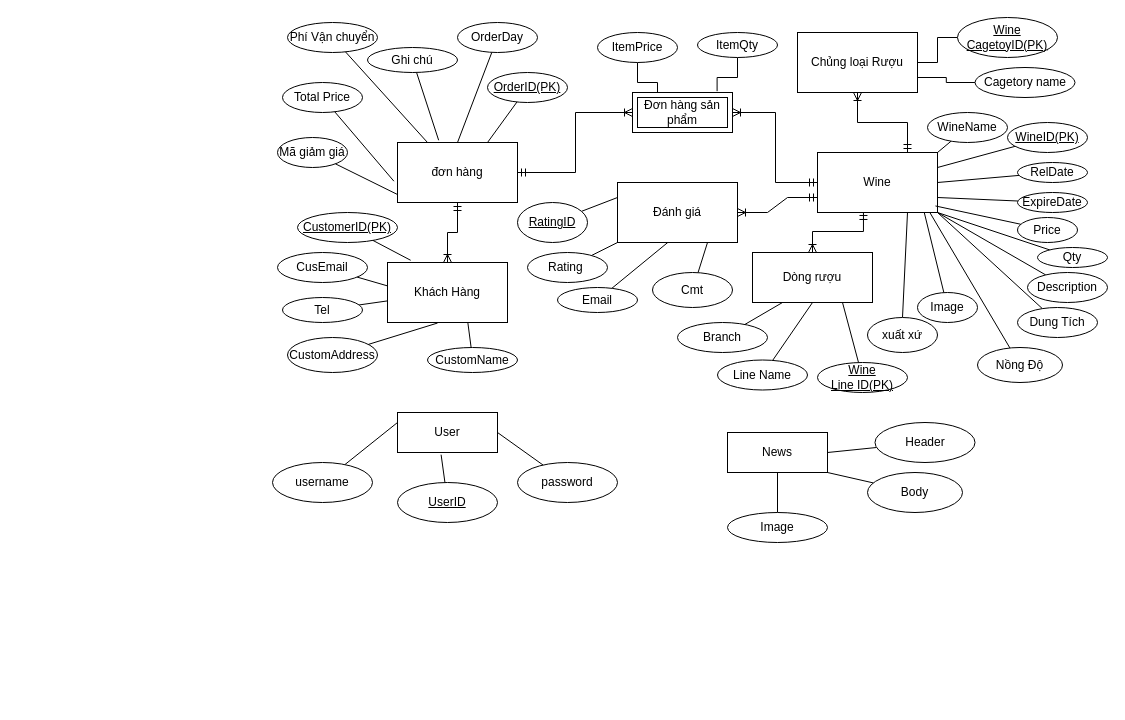
This is Untitled Diagram.drawio from NCanhhieu/T2207E-Diagram, a draw.io file, before an edit. Source tidied: cells renumbered, new cells numbered last; positions are measured from the earlier drawing's top-left corner, leaving out a move shared by most shapes. Both pictures are drawn from the tidied source at 100%, with x=0, y=0 at pixel (272, 17).
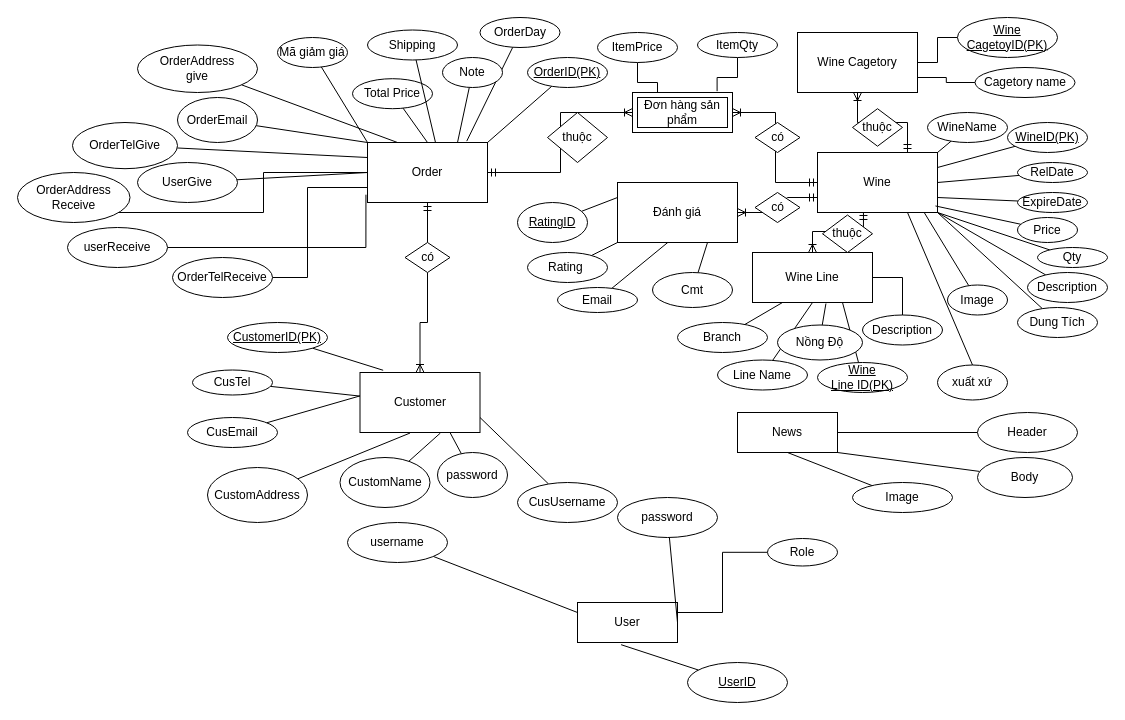
Above is the later version.

The change refers to these unchanged cells:
```xml
<mxCell id="11" value="Wine" style="rounded=0;whiteSpace=wrap;html=1;" parent="1" vertex="1">
  <mxGeometry x="545" y="135" width="120" height="60" as="geometry" />
</mxCell>
```

The edit, as a diff of the source:
```diff
@@
-    <mxCell id="6" style="edgeStyle=orthogonalEdgeStyle;fontSize=12;html=1;endArrow=ERoneToMany;startArrow=ERmandOne;rounded=0;entryX=0.5;entryY=0;entryDx=0;entryDy=0;exitX=0.5;exitY=1;exitDx=0;exitDy=0;" parent="1" edge="1" source="7" target="8">
+    <mxCell id="6" style="edgeStyle=orthogonalEdgeStyle;fontSize=12;html=1;endArrow=ERoneToMany;startArrow=none;rounded=0;entryX=0.5;entryY=0;entryDx=0;entryDy=0;exitX=0.5;exitY=1;exitDx=0;exitDy=0;startFill=0;" parent="1" edge="1" source="127" target="8">
       <mxGeometry relative="1" as="geometry" />
     </mxCell>
-    <mxCell id="7" value="đơn hàng" style="rounded=0;whiteSpace=wrap;html=1;" parent="1" vertex="1">
-      <mxGeometry x="125" y="125" width="120" height="60" as="geometry" />
+    <mxCell id="7" value="Order" style="rounded=0;whiteSpace=wrap;html=1;" parent="1" vertex="1">
+      <mxGeometry x="95" y="125" width="120" height="60" as="geometry" />
     </mxCell>
-    <mxCell id="8" value="Khách Hàng" style="rounded=0;whiteSpace=wrap;html=1;" parent="1" vertex="1">
-      <mxGeometry x="115" y="245" width="120" height="60" as="geometry" />
+    <mxCell id="8" value="Customer" style="rounded=0;whiteSpace=wrap;html=1;" parent="1" vertex="1">
+      <mxGeometry x="87.5" y="355" width="120" height="60" as="geometry" />
     </mxCell>
-    <mxCell id="9" value="Dòng rượu" style="rounded=0;whiteSpace=wrap;html=1;" parent="1" vertex="1">
+    <mxCell id="9" value="Wine Line" style="rounded=0;whiteSpace=wrap;html=1;" parent="1" vertex="1">
       <mxGeometry x="480" y="235" width="120" height="50" as="geometry" />
     </mxCell>
-    <mxCell id="10" value="Chủng loại Rượu" style="rounded=0;whiteSpace=wrap;html=1;" parent="1" vertex="1">
+    <mxCell id="10" value="Wine Cagetory" style="rounded=0;whiteSpace=wrap;html=1;" parent="1" vertex="1">
       <mxGeometry x="525" y="15" width="120" height="60" as="geometry" />
     </mxCell>
@@
     <mxCell id="35" value="CustomAddress" style="ellipse;whiteSpace=wrap;html=1;align=center;" parent="1" vertex="1">
-      <mxGeometry x="15" y="320" width="90" height="35" as="geometry" />
+      <mxGeometry x="-65" y="450" width="100" height="55" as="geometry" />
     </mxCell>
@@
-    <mxCell id="38" style="rounded=0;jettySize=auto;html=1;entryX=-0.03;entryY=0.645;entryDx=0;entryDy=0;entryPerimeter=0;endArrow=none;endFill=0;" parent="1" edge="1" source="39" target="7">
+    <mxCell id="38" style="rounded=0;jettySize=auto;html=1;entryX=0.5;entryY=0;entryDx=0;entryDy=0;endArrow=none;endFill=0;" parent="1" edge="1" source="39" target="7">
       <mxGeometry relative="1" as="geometry" />
     </mxCell>
     <mxCell id="39" value="Total Price" style="ellipse;whiteSpace=wrap;html=1;align=center;" parent="1" vertex="1">
-      <mxGeometry x="10" y="65" width="80" height="30" as="geometry" />
+      <mxGeometry x="80" y="61.2" width="80" height="30" as="geometry" />
     </mxCell>
-    <mxCell id="40" style="rounded=0;jettySize=auto;html=1;entryX=0.5;entryY=0;entryDx=0;entryDy=0;endArrow=none;endFill=0;" parent="1" edge="1" source="41" target="7">
+    <mxCell id="40" style="rounded=0;jettySize=auto;html=1;entryX=0.827;entryY=-0.023;entryDx=0;entryDy=0;endArrow=none;endFill=0;entryPerimeter=0;" parent="1" edge="1" source="41" target="7">
       <mxGeometry relative="1" as="geometry" />
     </mxCell>
     <mxCell id="41" value="OrderDay" style="ellipse;whiteSpace=wrap;html=1;align=center;" parent="1" vertex="1">
-      <mxGeometry x="185" y="5" width="80" height="30" as="geometry" />
+      <mxGeometry x="207.5" width="80" height="30" as="geometry" />
     </mxCell>
@@
-    <mxCell id="44" style="rounded=0;jettySize=auto;html=1;entryX=0.75;entryY=0;entryDx=0;entryDy=0;endArrow=none;endFill=0;" parent="1" edge="1" source="45" target="7">
+    <mxCell id="44" style="rounded=0;jettySize=auto;html=1;entryX=1;entryY=0;entryDx=0;entryDy=0;endArrow=none;endFill=0;" parent="1" edge="1" source="45" target="7">
       <mxGeometry relative="1" as="geometry" />
     </mxCell>
     <mxCell id="45" value="OrderID(PK)" style="ellipse;whiteSpace=wrap;html=1;align=center;fontStyle=4;" parent="1" vertex="1">
-      <mxGeometry x="215" y="55" width="80" height="30" as="geometry" />
+      <mxGeometry x="255" y="40" width="80" height="30" as="geometry" />
     </mxCell>
@@
     <mxCell id="47" value="CustomName" style="ellipse;whiteSpace=wrap;html=1;align=center;" parent="1" vertex="1">
-      <mxGeometry x="155" y="330" width="90" height="25" as="geometry" />
+      <mxGeometry x="67.5" y="440" width="90" height="50" as="geometry" />
     </mxCell>
@@
-    <mxCell id="49" value="Tel" style="ellipse;whiteSpace=wrap;html=1;align=center;" parent="1" vertex="1">
-      <mxGeometry x="10" y="280" width="80" height="25" as="geometry" />
+    <mxCell id="49" value="CusTel" style="ellipse;whiteSpace=wrap;html=1;align=center;" parent="1" vertex="1">
+      <mxGeometry x="-80" y="352.5" width="80" height="25" as="geometry" />
     </mxCell>
@@
     <mxCell id="51" value="CustomerID(PK)" style="ellipse;whiteSpace=wrap;html=1;align=center;fontStyle=4;" parent="1" vertex="1">
-      <mxGeometry x="25" y="195" width="100" height="30" as="geometry" />
+      <mxGeometry x="-45" y="305" width="100" height="30" as="geometry" />
     </mxCell>
@@
     <mxCell id="53" value="CusEmail" style="ellipse;whiteSpace=wrap;html=1;align=center;" parent="1" vertex="1">
-      <mxGeometry x="5" y="235" width="90" height="30" as="geometry" />
+      <mxGeometry x="-85" y="400" width="90" height="30" as="geometry" />
     </mxCell>
@@
-    <mxCell id="62" style="rounded=0;jettySize=auto;html=1;entryX=0.937;entryY=1.003;entryDx=0;entryDy=0;entryPerimeter=0;endArrow=none;endFill=0;" parent="1" edge="1" source="63" target="11">
+    <mxCell id="62" style="rounded=0;jettySize=auto;html=1;entryX=0.612;entryY=1.02;entryDx=0;entryDy=0;entryPerimeter=0;endArrow=none;endFill=0;" parent="1" edge="1" source="63" target="9">
       <mxGeometry relative="1" as="geometry" />
     </mxCell>
     <mxCell id="63" value="Nồng Độ" style="ellipse;whiteSpace=wrap;html=1;align=center;" parent="1" vertex="1">
-      <mxGeometry x="705" y="330" width="85" height="35" as="geometry" />
+      <mxGeometry x="505" y="307.5" width="85" height="35" as="geometry" />
     </mxCell>
@@
-    <mxCell id="73" style="rounded=0;jettySize=auto;html=1;exitX=0.5;exitY=0;exitDx=0;exitDy=0;entryX=0.75;entryY=1;entryDx=0;entryDy=0;endArrow=none;endFill=0;" parent="1" edge="1" source="74" target="11">
-      <mxGeometry relative="1" as="geometry" />
+    <mxCell id="73" style="rounded=0;jettySize=auto;html=1;exitX=0.5;exitY=0;exitDx=0;exitDy=0;endArrow=none;endFill=0;" parent="1" edge="1" source="74">
+      <mxGeometry relative="1" as="geometry">
+        <mxPoint x="635" y="195" as="targetPoint" />
+      </mxGeometry>
     </mxCell>
     <mxCell id="74" value="xuất xứ" style="ellipse;whiteSpace=wrap;html=1;align=center;" parent="1" vertex="1">
-      <mxGeometry x="595" y="300" width="70" height="35" as="geometry" />
+      <mxGeometry x="665" y="347.5" width="70" height="35" as="geometry" />
     </mxCell>
-    <mxCell id="75" style="rounded=0;jettySize=auto;html=1;entryX=0.003;entryY=0.87;entryDx=0;entryDy=0;entryPerimeter=0;endArrow=none;endFill=0;" parent="1" edge="1" source="76" target="7">
+    <mxCell id="75" style="rounded=0;jettySize=auto;html=1;entryX=0;entryY=0;entryDx=0;entryDy=0;endArrow=none;endFill=0;" parent="1" edge="1" source="76" target="7">
       <mxGeometry relative="1" as="geometry" />
     </mxCell>
     <mxCell id="76" value="Mã giảm giá" style="ellipse;whiteSpace=wrap;html=1;align=center;" parent="1" vertex="1">
-      <mxGeometry x="5" y="120" width="70" height="30" as="geometry" />
+      <mxGeometry x="5" y="20" width="70" height="30" as="geometry" />
     </mxCell>
-    <mxCell id="77" style="rounded=0;jettySize=auto;html=1;entryX=0.25;entryY=0;entryDx=0;entryDy=0;endArrow=none;endFill=0;" parent="1" edge="1" source="78" target="7">
+    <mxCell id="77" style="rounded=0;jettySize=auto;html=1;entryX=0.567;entryY=0.003;entryDx=0;entryDy=0;endArrow=none;endFill=0;entryPerimeter=0;" parent="1" edge="1" source="78" target="7">
       <mxGeometry relative="1" as="geometry" />
     </mxCell>
-    <mxCell id="78" value="Phí Vận chuyển" style="ellipse;whiteSpace=wrap;html=1;align=center;" parent="1" vertex="1">
-      <mxGeometry x="15" y="5" width="90" height="30" as="geometry" />
+    <mxCell id="78" value="Shipping" style="ellipse;whiteSpace=wrap;html=1;align=center;" parent="1" vertex="1">
+      <mxGeometry x="95" y="12.5" width="90" height="30" as="geometry" />
     </mxCell>
-    <mxCell id="79" style="rounded=0;jettySize=auto;html=1;entryX=0.343;entryY=-0.037;entryDx=0;entryDy=0;entryPerimeter=0;endArrow=none;endFill=0;" parent="1" edge="1" source="80" target="7">
+    <mxCell id="79" style="rounded=0;jettySize=auto;html=1;entryX=0.75;entryY=0;entryDx=0;entryDy=0;endArrow=none;endFill=0;" parent="1" edge="1" source="80" target="7">
       <mxGeometry relative="1" as="geometry" />
     </mxCell>
-    <mxCell id="80" value="Ghi chú" style="ellipse;whiteSpace=wrap;html=1;align=center;" parent="1" vertex="1">
-      <mxGeometry x="95" y="30" width="90" height="25" as="geometry" />
+    <mxCell id="80" value="Note" style="ellipse;whiteSpace=wrap;html=1;align=center;" parent="1" vertex="1">
+      <mxGeometry x="170" y="40" width="60" height="30" as="geometry" />
     </mxCell>
@@
     <mxCell id="83" value="Image" style="ellipse;whiteSpace=wrap;html=1;align=center;" parent="1" vertex="1">
-      <mxGeometry x="645" y="275" width="60" height="30" as="geometry" />
+      <mxGeometry x="675" y="267.5" width="60" height="30" as="geometry" />
     </mxCell>
@@
     <mxCell id="85" value="User" style="whiteSpace=wrap;html=1;align=center;" parent="1" vertex="1">
-      <mxGeometry x="125" y="395" width="100" height="40" as="geometry" />
+      <mxGeometry x="305" y="585" width="100" height="40" as="geometry" />
     </mxCell>
     <mxCell id="86" value="News" style="whiteSpace=wrap;html=1;align=center;" parent="1" vertex="1">
-      <mxGeometry x="455" y="415" width="100" height="40" as="geometry" />
+      <mxGeometry x="465" y="395" width="100" height="40" as="geometry" />
     </mxCell>
@@
     <mxCell id="88" value="username" style="ellipse;whiteSpace=wrap;html=1;align=center;" parent="1" vertex="1">
-      <mxGeometry y="445" width="100" height="40" as="geometry" />
+      <mxGeometry x="75" y="505" width="100" height="40" as="geometry" />
     </mxCell>
@@
     <mxCell id="90" value="UserID" style="ellipse;whiteSpace=wrap;html=1;align=center;fontStyle=4;" parent="1" vertex="1">
-      <mxGeometry x="125" y="465" width="100" height="40" as="geometry" />
+      <mxGeometry x="415" y="645" width="100" height="40" as="geometry" />
     </mxCell>
@@
     <mxCell id="92" value="password" style="ellipse;whiteSpace=wrap;html=1;align=center;" parent="1" vertex="1">
-      <mxGeometry x="245" y="445" width="100" height="40" as="geometry" />
+      <mxGeometry x="345" y="480" width="100" height="40" as="geometry" />
     </mxCell>
@@
     <mxCell id="94" value="Header" style="ellipse;whiteSpace=wrap;html=1;align=center;" parent="1" vertex="1">
-      <mxGeometry x="602.5" y="405" width="100" height="40" as="geometry" />
+      <mxGeometry x="705" y="395" width="100" height="40" as="geometry" />
     </mxCell>
@@
     <mxCell id="96" value="Body" style="ellipse;whiteSpace=wrap;html=1;align=center;" parent="1" vertex="1">
-      <mxGeometry x="595" y="455" width="95" height="40" as="geometry" />
+      <mxGeometry x="705" y="440" width="95" height="40" as="geometry" />
     </mxCell>
@@
     <mxCell id="98" value="Image" style="ellipse;whiteSpace=wrap;html=1;align=center;" parent="1" vertex="1">
-      <mxGeometry x="455" y="495" width="100" height="30" as="geometry" />
+      <mxGeometry x="580" y="465" width="100" height="30" as="geometry" />
     </mxCell>
+    <mxCell id="99" value="có" style="rhombus;whiteSpace=wrap;html=1;" parent="1" vertex="1">
+      <mxGeometry x="482.5" y="175" width="45" height="30" as="geometry" />
+    </mxCell>
+    <mxCell id="100" value="thuộc" style="rhombus;whiteSpace=wrap;html=1;" parent="1" vertex="1">
+      <mxGeometry x="580" y="91.2" width="50" height="37.5" as="geometry" />
+    </mxCell>
+    <mxCell id="101" value="thuộc" style="rhombus;whiteSpace=wrap;html=1;" parent="1" vertex="1">
+      <mxGeometry x="550" y="197.5" width="50" height="37.5" as="geometry" />
+    </mxCell>
+    <mxCell id="102" value="thuộc" style="rhombus;whiteSpace=wrap;html=1;" parent="1" vertex="1">
+      <mxGeometry x="275" y="95" width="60" height="50" as="geometry" />
+    </mxCell>
+    <mxCell id="103" value="có" style="rhombus;whiteSpace=wrap;html=1;" parent="1" vertex="1">
+      <mxGeometry x="482.5" y="105" width="45" height="30" as="geometry" />
+    </mxCell>
+    <mxCell id="104" style="edgeStyle=orthogonalEdgeStyle;rounded=0;jettySize=auto;html=1;entryX=1;entryY=0.25;entryDx=0;entryDy=0;endArrow=none;endFill=0;" parent="1" edge="1" source="105" target="85">
+      <mxGeometry relative="1" as="geometry" />
+    </mxCell>
+    <mxCell id="105" value="Role" style="ellipse;whiteSpace=wrap;html=1;align=center;" parent="1" vertex="1">
+      <mxGeometry x="495" y="521" width="70" height="27.5" as="geometry" />
+    </mxCell>
+    <mxCell id="106" style="edgeStyle=orthogonalEdgeStyle;rounded=0;jettySize=auto;html=1;entryX=1;entryY=0.5;entryDx=0;entryDy=0;endArrow=none;endFill=0;" parent="1" edge="1" source="107" target="9">
+      <mxGeometry relative="1" as="geometry" />
+    </mxCell>
+    <mxCell id="107" value="Description" style="ellipse;whiteSpace=wrap;html=1;align=center;" parent="1" vertex="1">
+      <mxGeometry x="590" y="297.5" width="80" height="30" as="geometry" />
+    </mxCell>
+    <mxCell id="108" style="rounded=0;jettySize=auto;html=1;entryX=0;entryY=0;entryDx=0;entryDy=0;endArrow=none;endFill=0;" parent="1" edge="1" source="109" target="7">
+      <mxGeometry relative="1" as="geometry" />
+    </mxCell>
+    <mxCell id="109" value="OrderEmail" style="ellipse;whiteSpace=wrap;html=1;align=center;" parent="1" vertex="1">
+      <mxGeometry x="-95" y="80" width="80" height="45" as="geometry" />
+    </mxCell>
+    <mxCell id="110" style="rounded=0;jettySize=auto;html=1;entryX=0.75;entryY=1;entryDx=0;entryDy=0;endArrow=none;endFill=0;" parent="1" edge="1" source="111" target="8">
+      <mxGeometry relative="1" as="geometry" />
+    </mxCell>
+    <mxCell id="111" value="password" style="ellipse;whiteSpace=wrap;html=1;align=center;" parent="1" vertex="1">
+      <mxGeometry x="165" y="435" width="70" height="45" as="geometry" />
+    </mxCell>
+    <mxCell id="112" style="rounded=0;jettySize=auto;html=1;entryX=1;entryY=0.75;entryDx=0;entryDy=0;endArrow=none;endFill=0;" parent="1" edge="1" source="113" target="8">
+      <mxGeometry relative="1" as="geometry" />
+    </mxCell>
+    <mxCell id="113" value="CusUsername" style="ellipse;whiteSpace=wrap;html=1;align=center;" parent="1" vertex="1">
+      <mxGeometry x="245" y="465" width="100" height="40" as="geometry" />
+    </mxCell>
+    <mxCell id="114" style="rounded=0;jettySize=auto;html=1;entryX=0;entryY=0.25;entryDx=0;entryDy=0;endArrow=none;endFill=0;" parent="1" edge="1" source="115" target="7">
+      <mxGeometry relative="1" as="geometry" />
+    </mxCell>
+    <mxCell id="115" value="OrderTelGive" style="ellipse;whiteSpace=wrap;html=1;align=center;" parent="1" vertex="1">
+      <mxGeometry x="-200" y="105" width="105" height="46.2" as="geometry" />
+    </mxCell>
+    <mxCell id="116" style="rounded=0;jettySize=auto;html=1;endArrow=none;endFill=0;" parent="1" edge="1" source="117">
+      <mxGeometry relative="1" as="geometry">
+        <mxPoint x="125" y="125" as="targetPoint" />
+      </mxGeometry>
+    </mxCell>
+    <mxCell id="117" value="OrderAddress&lt;br&gt;give" style="ellipse;whiteSpace=wrap;html=1;align=center;" parent="1" vertex="1">
+      <mxGeometry x="-135" y="27.5" width="120" height="47.5" as="geometry" />
+    </mxCell>
+    <mxCell id="118" style="rounded=0;jettySize=auto;html=1;entryX=0;entryY=0.5;entryDx=0;entryDy=0;endArrow=none;endFill=0;" parent="1" edge="1" source="119" target="7">
+      <mxGeometry relative="1" as="geometry" />
+    </mxCell>
+    <mxCell id="119" value="UserGive" style="ellipse;whiteSpace=wrap;html=1;align=center;" parent="1" vertex="1">
+      <mxGeometry x="-135" y="145" width="100" height="40" as="geometry" />
+    </mxCell>
+    <mxCell id="120" style="edgeStyle=orthogonalEdgeStyle;rounded=0;jettySize=auto;html=1;entryX=0;entryY=0.75;entryDx=0;entryDy=0;endArrow=none;endFill=0;" parent="1" edge="1" source="121" target="7">
+      <mxGeometry relative="1" as="geometry">
+        <Array as="points">
+          <mxPoint x="35" y="260" />
+          <mxPoint x="35" y="170" />
+        </Array>
+      </mxGeometry>
+    </mxCell>
+    <mxCell id="121" value="OrderTelReceive" style="ellipse;whiteSpace=wrap;html=1;align=center;" parent="1" vertex="1">
+      <mxGeometry x="-100" y="240" width="100" height="40" as="geometry" />
+    </mxCell>
+    <mxCell id="122" style="edgeStyle=orthogonalEdgeStyle;rounded=0;jettySize=auto;html=1;entryX=-0.013;entryY=0.87;entryDx=0;entryDy=0;entryPerimeter=0;endArrow=none;endFill=0;" parent="1" edge="1" source="123" target="7">
+      <mxGeometry relative="1" as="geometry" />
+    </mxCell>
+    <mxCell id="123" value="userReceive" style="ellipse;whiteSpace=wrap;html=1;align=center;" parent="1" vertex="1">
+      <mxGeometry x="-205" y="210" width="100" height="40" as="geometry" />
+    </mxCell>
+    <mxCell id="124" style="edgeStyle=orthogonalEdgeStyle;rounded=0;jettySize=auto;html=1;endArrow=none;endFill=0;" parent="1" edge="1" source="125" target="7">
+      <mxGeometry relative="1" as="geometry">
+        <Array as="points">
+          <mxPoint x="-9" y="195" />
+          <mxPoint x="-9" y="155" />
+        </Array>
+      </mxGeometry>
+    </mxCell>
+    <mxCell id="125" value="OrderAddress&lt;br&gt;Receive" style="ellipse;whiteSpace=wrap;html=1;align=center;" parent="1" vertex="1">
+      <mxGeometry x="-255" y="155" width="112.5" height="50" as="geometry" />
+    </mxCell>
+    <mxCell id="126" style="edgeStyle=orthogonalEdgeStyle;fontSize=12;html=1;endArrow=none;startArrow=ERmandOne;rounded=0;entryX=0.5;entryY=0;entryDx=0;entryDy=0;exitX=0.5;exitY=1;exitDx=0;exitDy=0;endFill=0;" parent="1" edge="1" source="7" target="127">
+      <mxGeometry relative="1" as="geometry" />
+    </mxCell>
+    <mxCell id="127" value="có" style="rhombus;whiteSpace=wrap;html=1;" parent="1" vertex="1">
+      <mxGeometry x="132.5" y="225" width="45" height="30" as="geometry" />
+    </mxCell>
```
